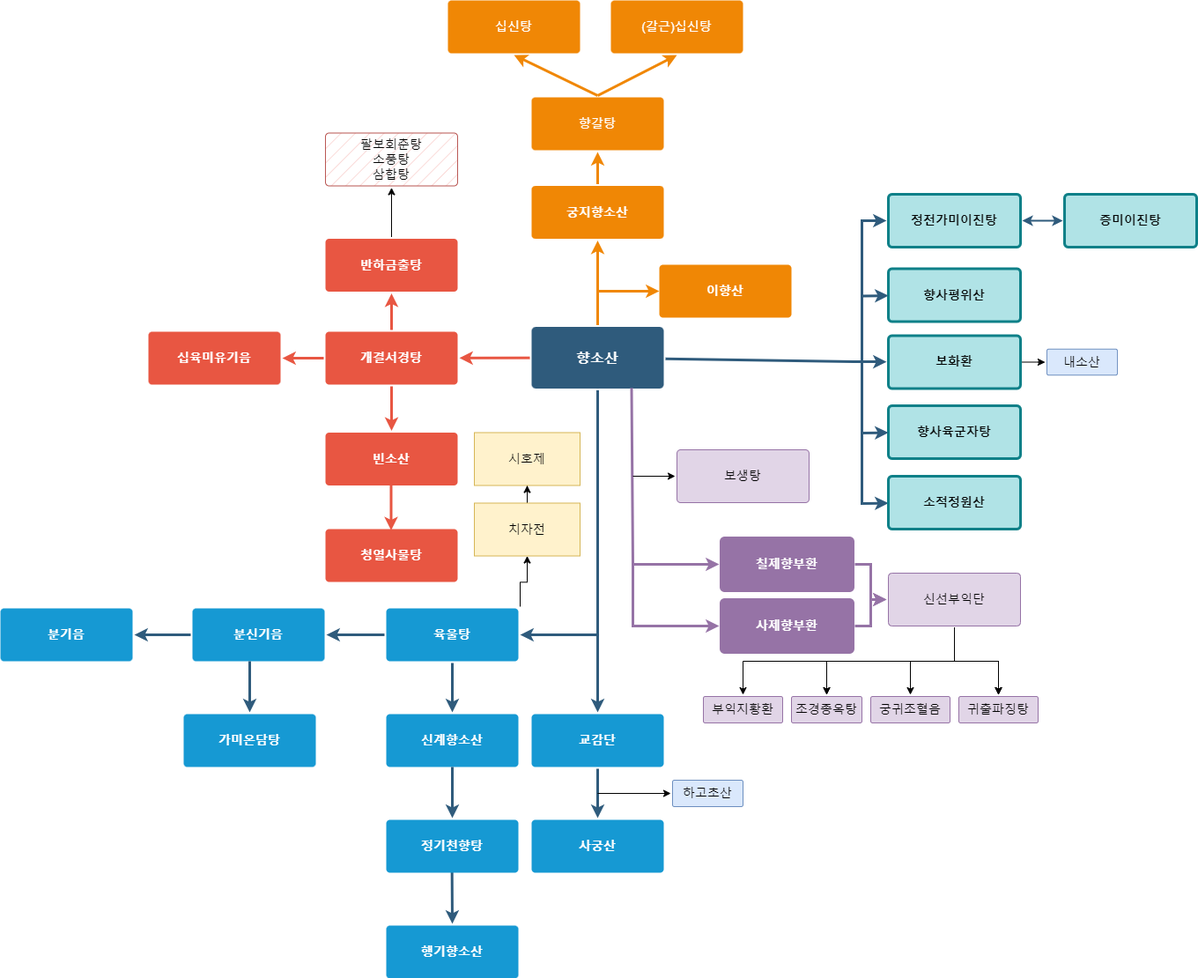
Jinzin71/sparta keeps this draw.io diagram as 향소산플로우차트.drawio.png. Above is the earlier version. Source tidied: cells renumbered, new cells last; positions are measured from the earlier drawing's top-left corner, leaving out a move shared by most shapes.
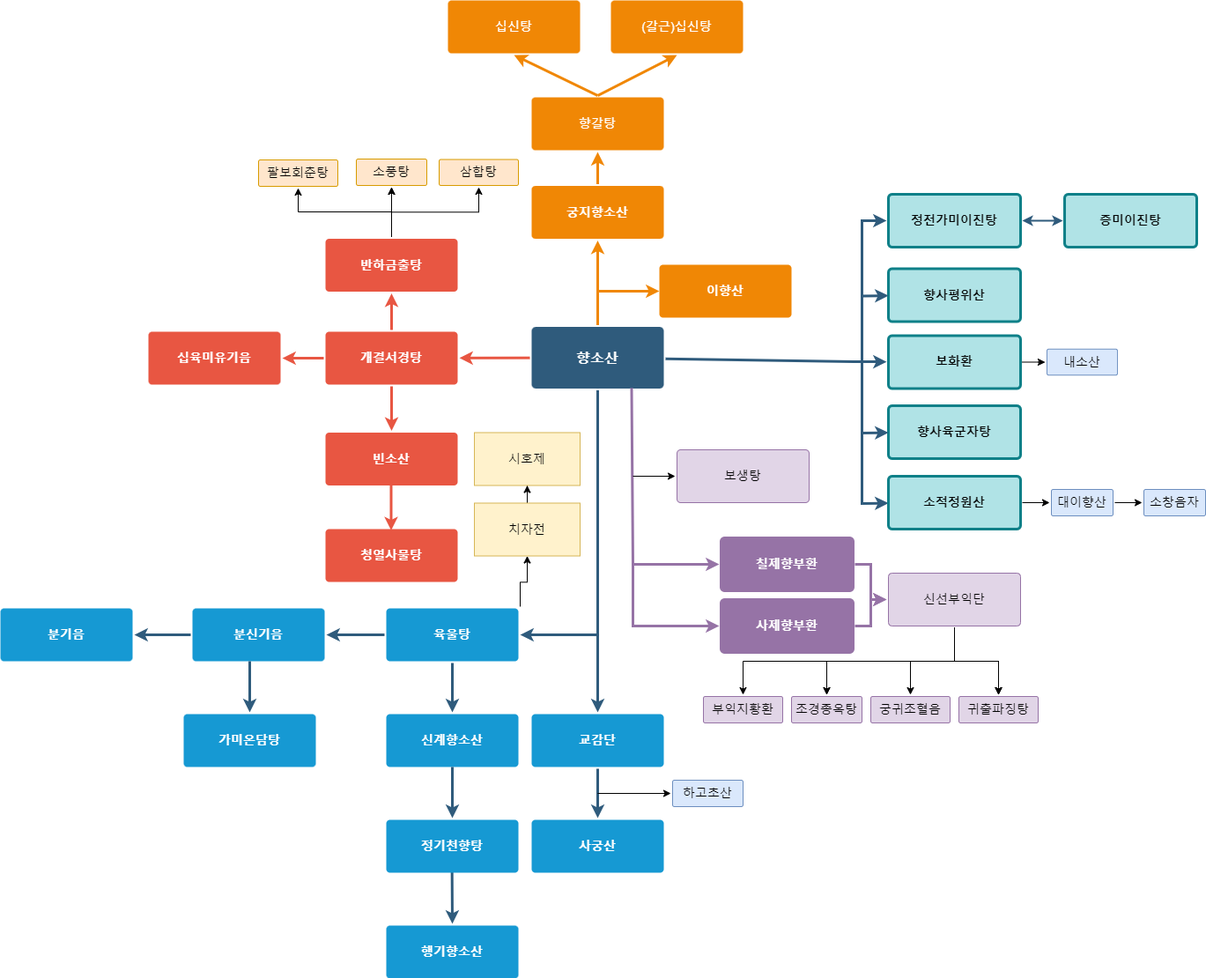
After the change.

Commit message:
향소산플로우차트.drawio.png 업데이트

Diff of the diagram source:
```diff
@@ -45,6 +45,12 @@
     <mxCell id="12" style="edgeStyle=orthogonalEdgeStyle;rounded=0;jettySize=auto;html=1;" parent="1" edge="1" source="13" target="66">
       <mxGeometry relative="1" as="geometry" />
     </mxCell>
+    <mxCell id="84" style="edgeStyle=orthogonalEdgeStyle;rounded=0;jettySize=auto;html=1;" parent="1" edge="1" source="13" target="66">
+      <mxGeometry relative="1" as="geometry" />
+    </mxCell>
+    <mxCell id="85" style="edgeStyle=orthogonalEdgeStyle;rounded=0;jettySize=auto;html=1;" parent="1" edge="1" source="13" target="92">
+      <mxGeometry relative="1" as="geometry" />
+    </mxCell>
     <mxCell id="13" value="반하금출탕" style="rounded=1;whiteSpace=wrap;html=1;shadow=0;labelBackgroundColor=none;strokeColor=none;strokeWidth=3;fillColor=#E85642;fontFamily=Helvetica;fontSize=14;fontColor=#FFFFFF;align=center;spacing=5;fontStyle=1;arcSize=7;perimeterSpacing=2;" parent="1" vertex="1">
       <mxGeometry x="369" y="270.5" width="150" height="60" as="geometry" />
     </mxCell>
@@ -260,8 +266,8 @@
     <mxCell id="65" value="&lt;font style=&quot;font-size: 14px;&quot;&gt;시호제&lt;/font&gt;" style="rounded=0;whiteSpace=wrap;html=1;fillColor=#fff2cc;strokeColor=#d6b656;" parent="1" vertex="1">
       <mxGeometry x="538" y="490.5" width="120" height="60" as="geometry" />
     </mxCell>
-    <mxCell id="66" value="&lt;span style=&quot;font-weight: normal;&quot;&gt;팔보회춘탕&lt;br&gt;소풍탕&lt;br&gt;삼합탕&lt;/span&gt;" style="rounded=1;whiteSpace=wrap;html=1;shadow=0;labelBackgroundColor=none;strokeWidth=1;fontFamily=Helvetica;fontSize=14;align=center;spacing=5;fontStyle=1;arcSize=7;perimeterSpacing=2;fillColor=#f8cecc;strokeColor=#b85450;fillStyle=hatch;" parent="1" vertex="1">
-      <mxGeometry x="369" y="150.5" width="150" height="60" as="geometry" />
+    <mxCell id="66" value="&lt;span style=&quot;font-weight: normal;&quot;&gt;소풍탕&lt;br&gt;&lt;/span&gt;" style="rounded=1;whiteSpace=wrap;html=1;shadow=0;labelBackgroundColor=none;strokeWidth=1;fontFamily=Helvetica;fontSize=14;align=center;spacing=5;fontStyle=1;arcSize=7;perimeterSpacing=2;fillColor=#ffe6cc;strokeColor=#d79b00;fillStyle=auto;" parent="1" vertex="1">
+      <mxGeometry x="404" y="180" width="80" height="30" as="geometry" />
     </mxCell>
     <mxCell id="67" style="edgeStyle=none;rounded=0;jumpStyle=none;html=1;shadow=0;labelBackgroundColor=none;startArrow=none;startFill=0;endArrow=classic;endFill=1;jettySize=auto;strokeColor=#000000;strokeWidth=1;fontFamily=Helvetica;fontSize=16;fontColor=#23445D;spacing=5;entryX=0;entryY=0.5;entryDx=0;entryDy=0;" parent="1" edge="1" target="68">
       <mxGeometry relative="1" as="geometry">
@@ -331,8 +337,35 @@
     <mxCell id="82" value="내소산" style="rounded=1;whiteSpace=wrap;html=1;shadow=0;labelBackgroundColor=none;strokeColor=#6c8ebf;strokeWidth=1;fillColor=#dae8fc;fontFamily=Helvetica;fontSize=14;align=center;spacing=5;fontStyle=0;arcSize=7;perimeterSpacing=2;" parent="1" vertex="1">
       <mxGeometry x="1188" y="395.8" width="80" height="29.5" as="geometry" />
     </mxCell>
+    <mxCell id="86" style="edgeStyle=orthogonalEdgeStyle;rounded=0;jettySize=auto;html=1;" parent="1" edge="1" source="83" target="88">
+      <mxGeometry relative="1" as="geometry" />
+    </mxCell>
     <mxCell id="83" value="소적정원산" style="rounded=1;whiteSpace=wrap;html=1;shadow=0;labelBackgroundColor=none;strokeColor=#0e8088;strokeWidth=3;fillColor=#b0e3e6;fontFamily=Helvetica;fontSize=14;align=center;spacing=5;fontStyle=1;arcSize=7;perimeterSpacing=2;" parent="1" vertex="1">
       <mxGeometry x="1008" y="540" width="150" height="60" as="geometry" />
     </mxCell>
+    <mxCell id="87" style="edgeStyle=orthogonalEdgeStyle;rounded=0;jettySize=auto;html=1;" parent="1" edge="1" source="88" target="89">
+      <mxGeometry relative="1" as="geometry" />
+    </mxCell>
+    <mxCell id="88" value="대이향산" style="rounded=1;whiteSpace=wrap;html=1;shadow=0;labelBackgroundColor=none;strokeColor=#6c8ebf;strokeWidth=1;fillColor=#dae8fc;fontFamily=Helvetica;fontSize=14;align=center;spacing=5;fontStyle=0;arcSize=7;perimeterSpacing=2;" parent="1" vertex="1">
+      <mxGeometry x="1193" y="555" width="70" height="30" as="geometry" />
+    </mxCell>
+    <mxCell id="89" value="소창음자" style="rounded=1;whiteSpace=wrap;html=1;shadow=0;labelBackgroundColor=none;strokeColor=#6c8ebf;strokeWidth=1;fillColor=#dae8fc;fontFamily=Helvetica;fontSize=14;align=center;spacing=5;fontStyle=0;arcSize=7;perimeterSpacing=2;" parent="1" vertex="1">
+      <mxGeometry x="1298" y="555" width="70" height="30" as="geometry" />
+    </mxCell>
+    <mxCell id="90" value="&lt;span style=&quot;font-weight: normal;&quot;&gt;팔보회춘탕&lt;br&gt;&lt;/span&gt;" style="rounded=1;whiteSpace=wrap;html=1;shadow=0;labelBackgroundColor=none;strokeWidth=1;fontFamily=Helvetica;fontSize=14;align=center;spacing=5;fontStyle=1;arcSize=7;perimeterSpacing=2;fillColor=#ffe6cc;strokeColor=#d79b00;fillStyle=auto;" parent="1" vertex="1">
+      <mxGeometry x="293" y="181" width="90" height="30" as="geometry" />
+    </mxCell>
+    <mxCell id="91" style="edgeStyle=orthogonalEdgeStyle;rounded=0;jettySize=auto;html=1;exitX=0.5;exitY=0;exitDx=0;exitDy=0;entryX=0.5;entryY=1;entryDx=0;entryDy=0;" parent="1" edge="1" source="13" target="90">
+      <mxGeometry relative="1" as="geometry">
+        <Array as="points">
+          <mxPoint x="444" y="240" />
+          <mxPoint x="338" y="240" />
+          <mxPoint x="338" y="213" />
+        </Array>
+      </mxGeometry>
+    </mxCell>
+    <mxCell id="92" value="&lt;span style=&quot;font-weight: normal;&quot;&gt;삼합탕&lt;/span&gt;" style="rounded=1;whiteSpace=wrap;html=1;shadow=0;labelBackgroundColor=none;strokeWidth=1;fontFamily=Helvetica;fontSize=14;align=center;spacing=5;fontStyle=1;arcSize=7;perimeterSpacing=2;fillColor=#ffe6cc;strokeColor=#d79b00;fillStyle=auto;" parent="1" vertex="1">
+      <mxGeometry x="498" y="180.5" width="90" height="29.5" as="geometry" />
+    </mxCell>
   </root>
 </mxGraphModel>
```
